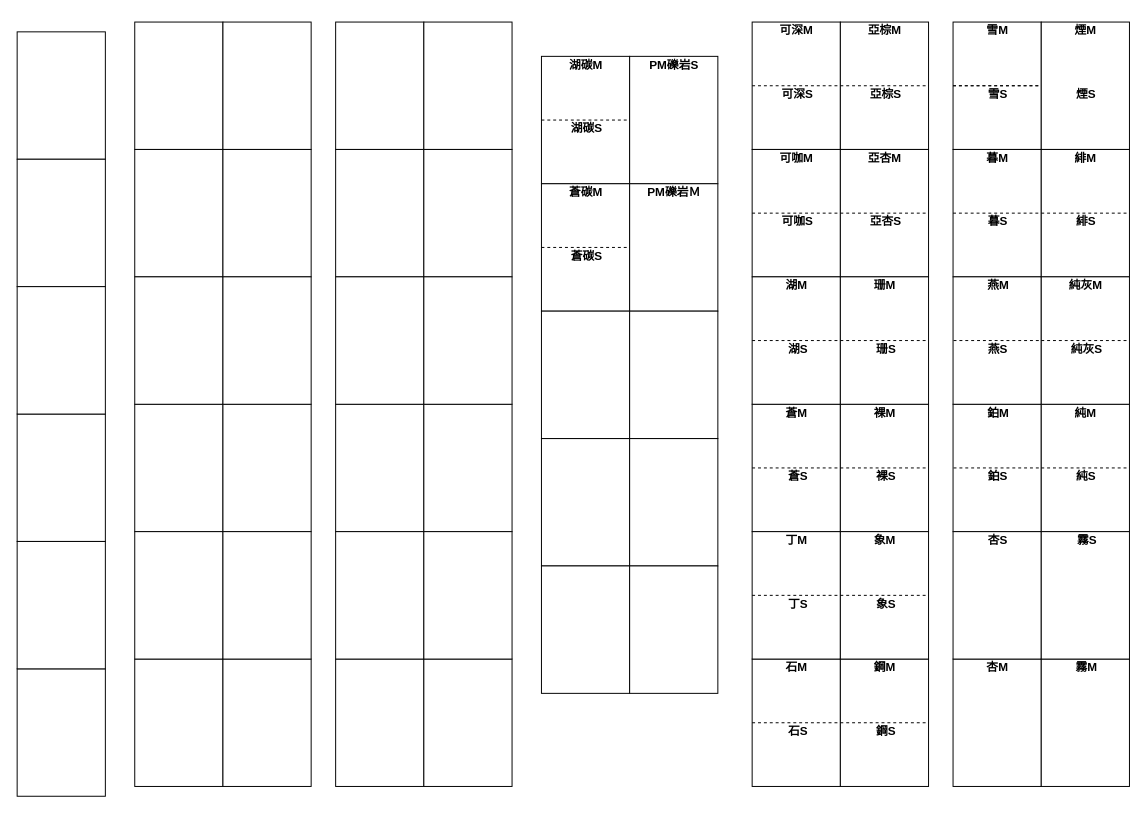
Earlier version of the draw.io diagram page "第3頁" (3 of 3) of 8樓倉庫平面圖.drawio (a0917785517/floorplan). Source tidied: cells renumbered, new cells numbered last; positions are measured from the earlier drawing's top-left corner, leaving out a move shared by most shapes. Both pictures are drawn from the tidied source at 98%, with x=0, y=0 at pixel (-3, 17).
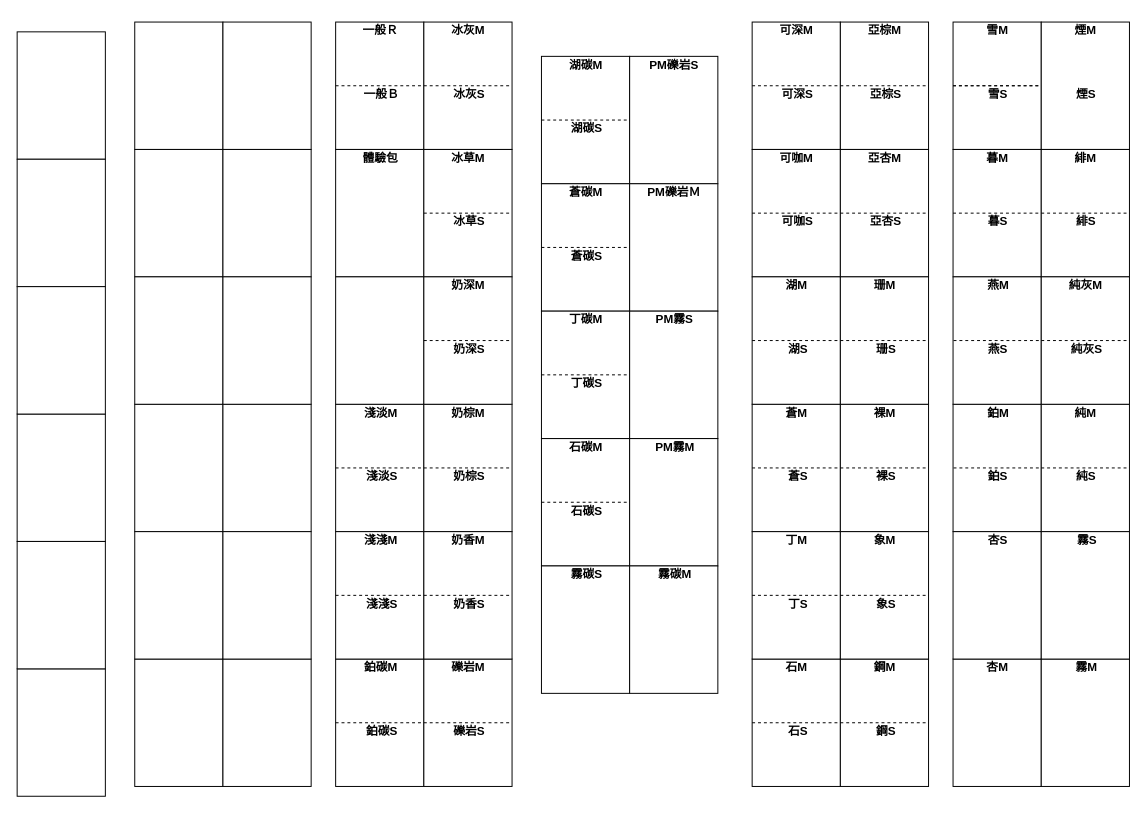
The same page after the edit.

Commit message:
8樓倉庫平面圖.drawio

Change to the diagram source:
```diff
@@
+    <mxCell id="138" value="&lt;div style=&quot;font-family: &amp;quot;Microsoft JhengHei&amp;quot;;&quot;&gt;&lt;b&gt;丁碳M&lt;/b&gt;&lt;/div&gt;" style="text;html=1;whiteSpace=wrap;strokeColor=none;fillColor=none;align=center;verticalAlign=top;rounded=0;" parent="1" vertex="1">
+      <mxGeometry x="573" y="295" width="55" height="30" as="geometry" />
+    </mxCell>
+    <mxCell id="139" style="endArrow=none;html=1;rounded=0;entryX=0.5;entryY=1;entryDx=0;entryDy=0;exitX=0.5;exitY=1;exitDx=0;exitDy=0;dashed=1;" parent="1" edge="1">
+      <mxGeometry relative="1" as="geometry">
+        <mxPoint x="555" y="365" as="sourcePoint" />
+        <mxPoint x="645" y="365" as="targetPoint" />
+      </mxGeometry>
+    </mxCell>
+    <mxCell id="140" value="&lt;div style=&quot;font-family: &amp;quot;Microsoft JhengHei&amp;quot;;&quot;&gt;&lt;b&gt;丁碳S&lt;/b&gt;&lt;/div&gt;" style="text;html=1;whiteSpace=wrap;strokeColor=none;fillColor=none;align=center;verticalAlign=top;rounded=0;" parent="1" vertex="1">
+      <mxGeometry x="573.5" y="360" width="55" height="30" as="geometry" />
+    </mxCell>
+    <mxCell id="141" value="&lt;div style=&quot;font-family: &amp;quot;Microsoft JhengHei&amp;quot;;&quot;&gt;&lt;b&gt;PM霧S&lt;/b&gt;&lt;/div&gt;" style="text;html=1;whiteSpace=wrap;strokeColor=none;fillColor=none;align=center;verticalAlign=top;rounded=0;" parent="1" vertex="1">
+      <mxGeometry x="661" y="295" width="60" height="30" as="geometry" />
+    </mxCell>
+    <mxCell id="142" value="&lt;div style=&quot;font-family: &amp;quot;Microsoft JhengHei&amp;quot;;&quot;&gt;&lt;b&gt;石碳S&lt;/b&gt;&lt;/div&gt;" style="text;html=1;whiteSpace=wrap;strokeColor=none;fillColor=none;align=center;verticalAlign=top;rounded=0;" parent="1" vertex="1">
+      <mxGeometry x="573.5" y="490" width="55" height="30" as="geometry" />
+    </mxCell>
+    <mxCell id="143" value="&lt;div style=&quot;font-family: &amp;quot;Microsoft JhengHei&amp;quot;;&quot;&gt;&lt;b&gt;石碳M&lt;/b&gt;&lt;/div&gt;" style="text;html=1;whiteSpace=wrap;strokeColor=none;fillColor=none;align=center;verticalAlign=top;rounded=0;" parent="1" vertex="1">
+      <mxGeometry x="573" y="425" width="55" height="30" as="geometry" />
+    </mxCell>
+    <mxCell id="144" style="endArrow=none;html=1;rounded=0;entryX=0.5;entryY=1;entryDx=0;entryDy=0;exitX=0.5;exitY=1;exitDx=0;exitDy=0;dashed=1;" parent="1" edge="1">
+      <mxGeometry relative="1" as="geometry">
+        <mxPoint x="555" y="495" as="sourcePoint" />
+        <mxPoint x="645" y="495" as="targetPoint" />
+      </mxGeometry>
+    </mxCell>
+    <mxCell id="145" value="&lt;div style=&quot;font-family: &amp;quot;Microsoft JhengHei&amp;quot;;&quot;&gt;&lt;b&gt;PM霧M&lt;/b&gt;&lt;/div&gt;" style="text;html=1;whiteSpace=wrap;strokeColor=none;fillColor=none;align=center;verticalAlign=top;rounded=0;" parent="1" vertex="1">
+      <mxGeometry x="659" y="425" width="65" height="30" as="geometry" />
+    </mxCell>
+    <mxCell id="146" value="&lt;div style=&quot;font-family: &amp;quot;Microsoft JhengHei&amp;quot;;&quot;&gt;&lt;b&gt;霧碳M&lt;/b&gt;&lt;/div&gt;" style="text;html=1;whiteSpace=wrap;strokeColor=none;fillColor=none;align=center;verticalAlign=top;rounded=0;" parent="1" vertex="1">
+      <mxGeometry x="664" y="555" width="55" height="30" as="geometry" />
+    </mxCell>
+    <mxCell id="147" value="&lt;div style=&quot;font-family: &amp;quot;Microsoft JhengHei&amp;quot;;&quot;&gt;&lt;b&gt;霧碳S&lt;/b&gt;&lt;/div&gt;" style="text;html=1;whiteSpace=wrap;strokeColor=none;fillColor=none;align=center;verticalAlign=top;rounded=0;" parent="1" vertex="1">
+      <mxGeometry x="573.5" y="555" width="55" height="30" as="geometry" />
+    </mxCell>
+    <mxCell id="148" value="&lt;div style=&quot;font-family: &amp;quot;Microsoft JhengHei&amp;quot;;&quot;&gt;&lt;b&gt;冰灰M&lt;/b&gt;&lt;/div&gt;" style="text;html=1;whiteSpace=wrap;strokeColor=none;fillColor=none;align=center;verticalAlign=top;rounded=0;" parent="1" vertex="1">
+      <mxGeometry x="453" width="55" height="30" as="geometry" />
+    </mxCell>
+    <mxCell id="149" style="endArrow=none;html=1;rounded=0;entryX=0.5;entryY=1;entryDx=0;entryDy=0;exitX=0.5;exitY=1;exitDx=0;exitDy=0;dashed=1;" parent="1" edge="1">
+      <mxGeometry relative="1" as="geometry">
+        <mxPoint x="435" y="70" as="sourcePoint" />
+        <mxPoint x="525" y="70" as="targetPoint" />
+      </mxGeometry>
+    </mxCell>
+    <mxCell id="150" value="&lt;div style=&quot;font-family: &amp;quot;Microsoft JhengHei&amp;quot;;&quot;&gt;&lt;b&gt;冰灰&lt;/b&gt;&lt;b&gt;S&lt;/b&gt;&lt;/div&gt;" style="text;html=1;whiteSpace=wrap;strokeColor=none;fillColor=none;align=center;verticalAlign=top;rounded=0;" parent="1" vertex="1">
+      <mxGeometry x="453.5" y="65" width="55" height="30" as="geometry" />
+    </mxCell>
+    <mxCell id="151" value="&lt;div style=&quot;font-family: &amp;quot;Microsoft JhengHei&amp;quot;;&quot;&gt;&lt;b&gt;一般Ｒ&lt;/b&gt;&lt;/div&gt;" style="text;html=1;whiteSpace=wrap;strokeColor=none;fillColor=none;align=center;verticalAlign=top;rounded=0;" parent="1" vertex="1">
+      <mxGeometry x="361" width="60" height="30" as="geometry" />
+    </mxCell>
+    <mxCell id="152" style="endArrow=none;html=1;rounded=0;entryX=0.5;entryY=1;entryDx=0;entryDy=0;exitX=0.5;exitY=1;exitDx=0;exitDy=0;dashed=1;" parent="1" edge="1">
+      <mxGeometry relative="1" as="geometry">
+        <mxPoint x="345" y="70" as="sourcePoint" />
+        <mxPoint x="435" y="70" as="targetPoint" />
+      </mxGeometry>
+    </mxCell>
+    <mxCell id="153" value="&lt;div style=&quot;font-family: &amp;quot;Microsoft JhengHei&amp;quot;;&quot;&gt;&lt;b&gt;一般Ｂ&lt;/b&gt;&lt;br&gt;&lt;/div&gt;" style="text;html=1;whiteSpace=wrap;strokeColor=none;fillColor=none;align=center;verticalAlign=top;rounded=0;" parent="1" vertex="1">
+      <mxGeometry x="361.5" y="65" width="60" height="30" as="geometry" />
+    </mxCell>
+    <mxCell id="154" value="&lt;div style=&quot;font-family: &amp;quot;Microsoft JhengHei&amp;quot;;&quot;&gt;&lt;b&gt;冰草M&lt;/b&gt;&lt;/div&gt;" style="text;html=1;whiteSpace=wrap;strokeColor=none;fillColor=none;align=center;verticalAlign=top;rounded=0;" parent="1" vertex="1">
+      <mxGeometry x="453" y="130" width="55" height="30" as="geometry" />
+    </mxCell>
+    <mxCell id="155" value="&lt;div style=&quot;font-family: &amp;quot;Microsoft JhengHei&amp;quot;;&quot;&gt;&lt;b&gt;冰草&lt;/b&gt;&lt;b&gt;S&lt;/b&gt;&lt;/div&gt;" style="text;html=1;whiteSpace=wrap;strokeColor=none;fillColor=none;align=center;verticalAlign=top;rounded=0;" parent="1" vertex="1">
+      <mxGeometry x="453.5" y="195" width="55" height="30" as="geometry" />
+    </mxCell>
+    <mxCell id="156" style="endArrow=none;html=1;rounded=0;entryX=0.5;entryY=1;entryDx=0;entryDy=0;exitX=0.5;exitY=1;exitDx=0;exitDy=0;dashed=1;" parent="1" edge="1">
+      <mxGeometry relative="1" as="geometry">
+        <mxPoint x="435" y="200" as="sourcePoint" />
+        <mxPoint x="525" y="200" as="targetPoint" />
+      </mxGeometry>
+    </mxCell>
+    <mxCell id="157" value="&lt;div style=&quot;font-family: &amp;quot;Microsoft JhengHei&amp;quot;;&quot;&gt;&lt;b&gt;體驗包&lt;/b&gt;&lt;/div&gt;" style="text;html=1;whiteSpace=wrap;strokeColor=none;fillColor=none;align=center;verticalAlign=top;rounded=0;" parent="1" vertex="1">
+      <mxGeometry x="361" y="130" width="60" height="30" as="geometry" />
+    </mxCell>
+    <mxCell id="158" value="&lt;div style=&quot;font-family: &amp;quot;Microsoft JhengHei&amp;quot;;&quot;&gt;&lt;b&gt;奶深M&lt;/b&gt;&lt;/div&gt;" style="text;html=1;whiteSpace=wrap;strokeColor=none;fillColor=none;align=center;verticalAlign=top;rounded=0;" parent="1" vertex="1">
+      <mxGeometry x="453" y="260" width="55" height="30" as="geometry" />
+    </mxCell>
+    <mxCell id="159" style="endArrow=none;html=1;rounded=0;entryX=0.5;entryY=1;entryDx=0;entryDy=0;exitX=0.5;exitY=1;exitDx=0;exitDy=0;dashed=1;" parent="1" edge="1">
+      <mxGeometry relative="1" as="geometry">
+        <mxPoint x="435" y="330" as="sourcePoint" />
+        <mxPoint x="525" y="330" as="targetPoint" />
+      </mxGeometry>
+    </mxCell>
+    <mxCell id="160" value="&lt;div style=&quot;font-family: &amp;quot;Microsoft JhengHei&amp;quot;;&quot;&gt;&lt;b&gt;奶深S&lt;/b&gt;&lt;/div&gt;" style="text;html=1;whiteSpace=wrap;strokeColor=none;fillColor=none;align=center;verticalAlign=top;rounded=0;" parent="1" vertex="1">
+      <mxGeometry x="453.5" y="325" width="55" height="30" as="geometry" />
+    </mxCell>
+    <mxCell id="161" value="&lt;div style=&quot;font-family: &amp;quot;Microsoft JhengHei&amp;quot;;&quot;&gt;&lt;b&gt;奶棕M&lt;/b&gt;&lt;/div&gt;" style="text;html=1;whiteSpace=wrap;strokeColor=none;fillColor=none;align=center;verticalAlign=top;rounded=0;" parent="1" vertex="1">
+      <mxGeometry x="453" y="390" width="55" height="30" as="geometry" />
+    </mxCell>
+    <mxCell id="162" style="endArrow=none;html=1;rounded=0;entryX=0.5;entryY=1;entryDx=0;entryDy=0;exitX=0.5;exitY=1;exitDx=0;exitDy=0;dashed=1;" parent="1" edge="1">
+      <mxGeometry relative="1" as="geometry">
+        <mxPoint x="435" y="460" as="sourcePoint" />
+        <mxPoint x="525" y="460" as="targetPoint" />
+      </mxGeometry>
+    </mxCell>
+    <mxCell id="163" value="&lt;div style=&quot;font-family: &amp;quot;Microsoft JhengHei&amp;quot;;&quot;&gt;&lt;b&gt;奶棕S&lt;/b&gt;&lt;/div&gt;" style="text;html=1;whiteSpace=wrap;strokeColor=none;fillColor=none;align=center;verticalAlign=top;rounded=0;" parent="1" vertex="1">
+      <mxGeometry x="453.5" y="455" width="55" height="30" as="geometry" />
+    </mxCell>
+    <mxCell id="164" value="&lt;div style=&quot;font-family: &amp;quot;Microsoft JhengHei&amp;quot;;&quot;&gt;&lt;b&gt;淺淡M&lt;/b&gt;&lt;/div&gt;" style="text;html=1;whiteSpace=wrap;strokeColor=none;fillColor=none;align=center;verticalAlign=top;rounded=0;" parent="1" vertex="1">
+      <mxGeometry x="364" y="390" width="55" height="30" as="geometry" />
+    </mxCell>
+    <mxCell id="165" value="&lt;div style=&quot;font-family: &amp;quot;Microsoft JhengHei&amp;quot;;&quot;&gt;&lt;b&gt;淺淡S&lt;/b&gt;&lt;br&gt;&lt;/div&gt;" style="text;html=1;whiteSpace=wrap;strokeColor=none;fillColor=none;align=center;verticalAlign=top;rounded=0;" parent="1" vertex="1">
+      <mxGeometry x="364.5" y="455" width="55" height="30" as="geometry" />
+    </mxCell>
+    <mxCell id="166" style="endArrow=none;html=1;rounded=0;entryX=0.5;entryY=1;entryDx=0;entryDy=0;exitX=0.5;exitY=1;exitDx=0;exitDy=0;dashed=1;" parent="1" edge="1">
+      <mxGeometry relative="1" as="geometry">
+        <mxPoint x="345" y="460" as="sourcePoint" />
+        <mxPoint x="435" y="460" as="targetPoint" />
+      </mxGeometry>
+    </mxCell>
+    <mxCell id="167" value="&lt;div style=&quot;font-family: &amp;quot;Microsoft JhengHei&amp;quot;;&quot;&gt;&lt;b&gt;奶香M&lt;/b&gt;&lt;/div&gt;" style="text;html=1;whiteSpace=wrap;strokeColor=none;fillColor=none;align=center;verticalAlign=top;rounded=0;" parent="1" vertex="1">
+      <mxGeometry x="453" y="520" width="55" height="30" as="geometry" />
+    </mxCell>
+    <mxCell id="168" value="&lt;div style=&quot;font-family: &amp;quot;Microsoft JhengHei&amp;quot;;&quot;&gt;&lt;b&gt;奶香S&lt;/b&gt;&lt;/div&gt;" style="text;html=1;whiteSpace=wrap;strokeColor=none;fillColor=none;align=center;verticalAlign=top;rounded=0;" parent="1" vertex="1">
+      <mxGeometry x="453.5" y="585" width="55" height="30" as="geometry" />
+    </mxCell>
+    <mxCell id="169" style="endArrow=none;html=1;rounded=0;entryX=0.5;entryY=1;entryDx=0;entryDy=0;exitX=0.5;exitY=1;exitDx=0;exitDy=0;dashed=1;" parent="1" edge="1">
+      <mxGeometry relative="1" as="geometry">
+        <mxPoint x="435" y="590" as="sourcePoint" />
+        <mxPoint x="525" y="590" as="targetPoint" />
+      </mxGeometry>
+    </mxCell>
+    <mxCell id="170" value="&lt;div style=&quot;font-family: &amp;quot;Microsoft JhengHei&amp;quot;;&quot;&gt;&lt;b&gt;淺淺S&lt;/b&gt;&lt;br&gt;&lt;/div&gt;" style="text;html=1;whiteSpace=wrap;strokeColor=none;fillColor=none;align=center;verticalAlign=top;rounded=0;" parent="1" vertex="1">
+      <mxGeometry x="364.5" y="585" width="55" height="30" as="geometry" />
+    </mxCell>
+    <mxCell id="171" style="endArrow=none;html=1;rounded=0;entryX=0.5;entryY=1;entryDx=0;entryDy=0;exitX=0.5;exitY=1;exitDx=0;exitDy=0;dashed=1;" parent="1" edge="1">
+      <mxGeometry relative="1" as="geometry">
+        <mxPoint x="345" y="590" as="sourcePoint" />
+        <mxPoint x="435" y="590" as="targetPoint" />
+      </mxGeometry>
+    </mxCell>
+    <mxCell id="172" value="&lt;div style=&quot;font-family: &amp;quot;Microsoft JhengHei&amp;quot;;&quot;&gt;&lt;b&gt;淺淺M&lt;/b&gt;&lt;/div&gt;" style="text;html=1;whiteSpace=wrap;strokeColor=none;fillColor=none;align=center;verticalAlign=top;rounded=0;" parent="1" vertex="1">
+      <mxGeometry x="364" y="520" width="55" height="30" as="geometry" />
+    </mxCell>
+    <mxCell id="173" value="&lt;div style=&quot;font-family: &amp;quot;Microsoft JhengHei&amp;quot;;&quot;&gt;&lt;b&gt;礫岩S&lt;/b&gt;&lt;/div&gt;" style="text;html=1;whiteSpace=wrap;strokeColor=none;fillColor=none;align=center;verticalAlign=top;rounded=0;" parent="1" vertex="1">
+      <mxGeometry x="453.5" y="715" width="55" height="30" as="geometry" />
+    </mxCell>
+    <mxCell id="174" value="&lt;div style=&quot;font-family: &amp;quot;Microsoft JhengHei&amp;quot;;&quot;&gt;&lt;b&gt;礫岩M&lt;/b&gt;&lt;/div&gt;" style="text;html=1;whiteSpace=wrap;strokeColor=none;fillColor=none;align=center;verticalAlign=top;rounded=0;" parent="1" vertex="1">
+      <mxGeometry x="453" y="650" width="55" height="30" as="geometry" />
+    </mxCell>
+    <mxCell id="175" style="endArrow=none;html=1;rounded=0;entryX=0.5;entryY=1;entryDx=0;entryDy=0;exitX=0.5;exitY=1;exitDx=0;exitDy=0;dashed=1;" parent="1" edge="1">
+      <mxGeometry relative="1" as="geometry">
+        <mxPoint x="435" y="720" as="sourcePoint" />
+        <mxPoint x="525" y="720" as="targetPoint" />
+      </mxGeometry>
+    </mxCell>
+    <mxCell id="176" value="&lt;div style=&quot;font-family: &amp;quot;Microsoft JhengHei&amp;quot;;&quot;&gt;&lt;b&gt;鉑碳S&lt;/b&gt;&lt;br&gt;&lt;/div&gt;" style="text;html=1;whiteSpace=wrap;strokeColor=none;fillColor=none;align=center;verticalAlign=top;rounded=0;" parent="1" vertex="1">
+      <mxGeometry x="364.5" y="715" width="55" height="30" as="geometry" />
+    </mxCell>
+    <mxCell id="177" style="endArrow=none;html=1;rounded=0;entryX=0.5;entryY=1;entryDx=0;entryDy=0;exitX=0.5;exitY=1;exitDx=0;exitDy=0;dashed=1;" parent="1" edge="1">
+      <mxGeometry relative="1" as="geometry">
+        <mxPoint x="345" y="720" as="sourcePoint" />
+        <mxPoint x="435" y="720" as="targetPoint" />
+      </mxGeometry>
+    </mxCell>
+    <mxCell id="178" value="&lt;div style=&quot;font-family: &amp;quot;Microsoft JhengHei&amp;quot;;&quot;&gt;&lt;b&gt;鉑碳M&lt;/b&gt;&lt;/div&gt;" style="text;html=1;whiteSpace=wrap;strokeColor=none;fillColor=none;align=center;verticalAlign=top;rounded=0;" parent="1" vertex="1">
+      <mxGeometry x="364" y="650" width="55" height="30" as="geometry" />
+    </mxCell>
```
